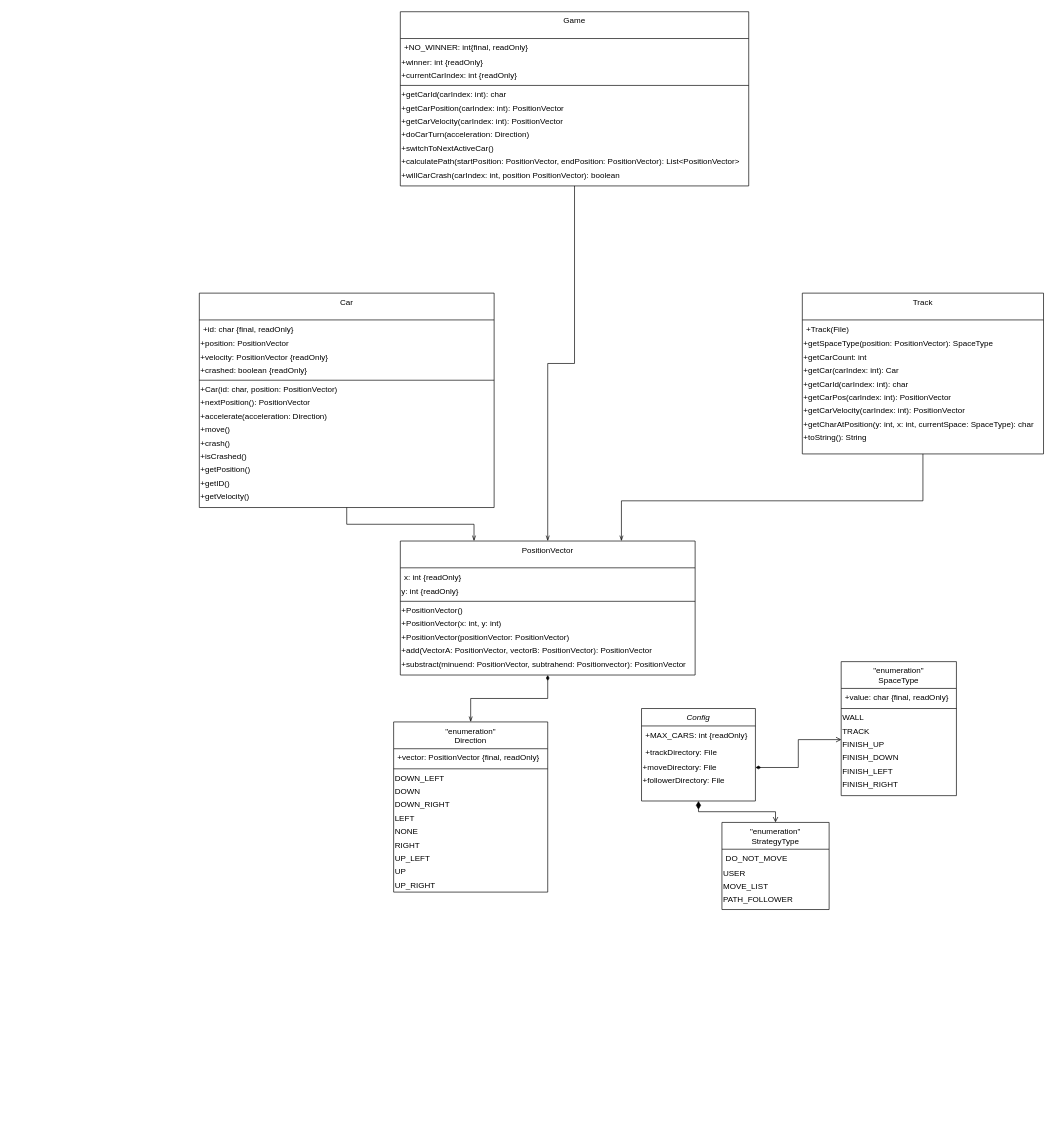
The draw.io diagram docs/classDiagramm.drawio in YvesBraendli/racetrack_PM2, before the edit. Source tidied: cells renumbered, new cells numbered last; positions are measured from the earlier drawing's top-left corner, leaving out a move shared by most shapes. Both pictures are drawn from the tidied source at 67%, with x=0, y=0 at pixel (199, 11).
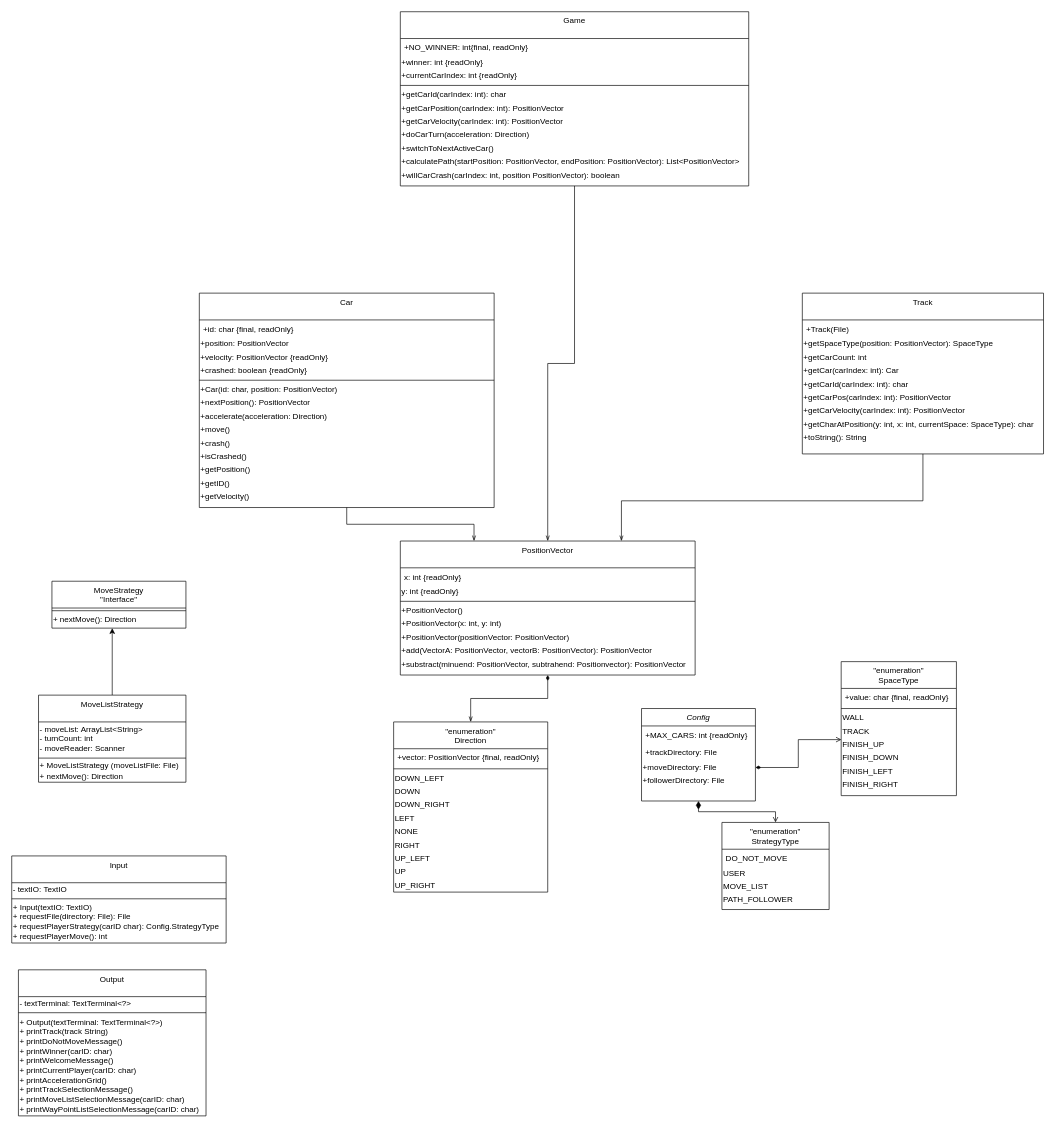
Above is the later version.

Commit message:
udpated class diagram

The edit, as a diff of the source:
```diff
@@
+    <mxCell id="85" value="MoveStrategy&#10;&quot;Interface&quot;" style="swimlane;fontStyle=0;align=center;verticalAlign=top;horizontal=1;startSize=40;rounded=0;shadow=0;strokeWidth=1;" parent="1" vertex="1">
+      <mxGeometry x="-220" y="850" width="200" height="70" as="geometry" />
+    </mxCell>
+    <mxCell id="86" style="line;html=1;strokeWidth=1;align=left;verticalAlign=middle;spacingTop=-1;spacingLeft=3;spacingRight=3;labelPosition=right;" parent="85" vertex="1">
+      <mxGeometry y="40" width="200" height="8" as="geometry" />
+    </mxCell>
+    <mxCell id="87" value="+ nextMove(): Direction" style="text;html=1;align=left;verticalAlign=middle;points=[];" parent="85" vertex="1">
+      <mxGeometry y="48" width="200" height="20" as="geometry" />
+    </mxCell>
+    <mxCell id="88" style="edgeStyle=orthogonalEdgeStyle;rounded=0;jettySize=auto;html=1;entryX=0.45;entryY=1.1;entryDx=0;entryDy=0;entryPerimeter=0;" parent="1" edge="1" source="89" target="87">
+      <mxGeometry relative="1" as="geometry" />
+    </mxCell>
+    <mxCell id="89" value="MoveListStrategy&#10;" style="swimlane;fontStyle=0;align=center;verticalAlign=top;horizontal=1;startSize=40;rounded=0;shadow=0;strokeWidth=1;" parent="1" vertex="1">
+      <mxGeometry x="-240" y="1020" width="220" height="130" as="geometry" />
+    </mxCell>
+    <mxCell id="90" value="- moveList: ArrayList&amp;lt;String&amp;gt;&lt;br&gt;- turnCount: int&lt;br&gt;- moveReader: Scanner" style="text;html=1;align=left;verticalAlign=middle;" parent="89" vertex="1">
+      <mxGeometry y="40" width="220" height="50" as="geometry" />
+    </mxCell>
+    <mxCell id="91" style="line;html=1;strokeWidth=1;align=left;verticalAlign=middle;spacingTop=-1;spacingLeft=3;spacingRight=3;labelPosition=right;" parent="89" vertex="1">
+      <mxGeometry y="90" width="220" height="8" as="geometry" />
+    </mxCell>
+    <mxCell id="92" value="+ MoveListStrategy (moveListFile: File)&lt;br&gt;+ nextMove(): Direction" style="text;html=1;align=left;verticalAlign=middle;" parent="89" vertex="1">
+      <mxGeometry y="98" width="220" height="30" as="geometry" />
+    </mxCell>
+    <mxCell id="93" value="Input" style="swimlane;fontStyle=0;align=center;verticalAlign=top;horizontal=1;startSize=40;rounded=0;shadow=0;strokeWidth=1;" parent="1" vertex="1">
+      <mxGeometry x="-280" y="1260" width="320" height="130" as="geometry" />
+    </mxCell>
+    <mxCell id="94" value="- textIO: TextIO" style="text;html=1;align=left;verticalAlign=middle;" parent="93" vertex="1">
+      <mxGeometry y="40" width="320" height="20" as="geometry" />
+    </mxCell>
+    <mxCell id="95" style="line;html=1;strokeWidth=1;align=left;verticalAlign=middle;spacingTop=-1;spacingLeft=3;spacingRight=3;labelPosition=right;" parent="93" vertex="1">
+      <mxGeometry y="60" width="320" height="8" as="geometry" />
+    </mxCell>
+    <mxCell id="96" value="+ Input(textIO: TextIO)&lt;br&gt;+ requestFile(directory: File): File&lt;br&gt;+ requestPlayerStrategy(carID char): Config.StrategyType&lt;br&gt;+ requestPlayerMove(): int" style="text;html=1;align=left;verticalAlign=middle;" parent="93" vertex="1">
+      <mxGeometry y="68" width="320" height="60" as="geometry" />
+    </mxCell>
+    <mxCell id="97" value="Output" style="swimlane;fontStyle=0;align=center;verticalAlign=top;horizontal=1;startSize=40;rounded=0;shadow=0;strokeWidth=1;" parent="1" vertex="1">
+      <mxGeometry x="-270" y="1430" width="280" height="218" as="geometry" />
+    </mxCell>
+    <mxCell id="98" value="- textTerminal: TextTerminal&amp;lt;?&amp;gt;" style="text;html=1;align=left;verticalAlign=middle;" parent="97" vertex="1">
+      <mxGeometry y="40" width="280" height="20" as="geometry" />
+    </mxCell>
+    <mxCell id="99" style="line;html=1;strokeWidth=1;align=left;verticalAlign=middle;spacingTop=-1;spacingLeft=3;spacingRight=3;labelPosition=right;" parent="97" vertex="1">
+      <mxGeometry y="60" width="280" height="8" as="geometry" />
+    </mxCell>
+    <mxCell id="100" value="+ Output(textTerminal: TextTerminal&amp;lt;?&amp;gt;)&lt;br&gt;+ printTrack(track String)&lt;br&gt;+ printDoNotMoveMessage()&lt;br&gt;+ printWinner(carID: char)&lt;br&gt;+ printWelcomeMessage()&lt;br&gt;+ printCurrentPlayer(carID: char)&lt;br&gt;+ printAccelerationGrid()&lt;br&gt;+ printTrackSelectionMessage()&lt;br&gt;+ printMoveListSelectionMessage(carID: char)&lt;br&gt;+ &lt;span class=&quot;pl-en&quot;&gt;printWayPointListSelectionMessage(carID: char)&lt;/span&gt;" style="text;html=1;align=left;verticalAlign=middle;" parent="97" vertex="1">
+      <mxGeometry y="68" width="280" height="150" as="geometry" />
+    </mxCell>
```
